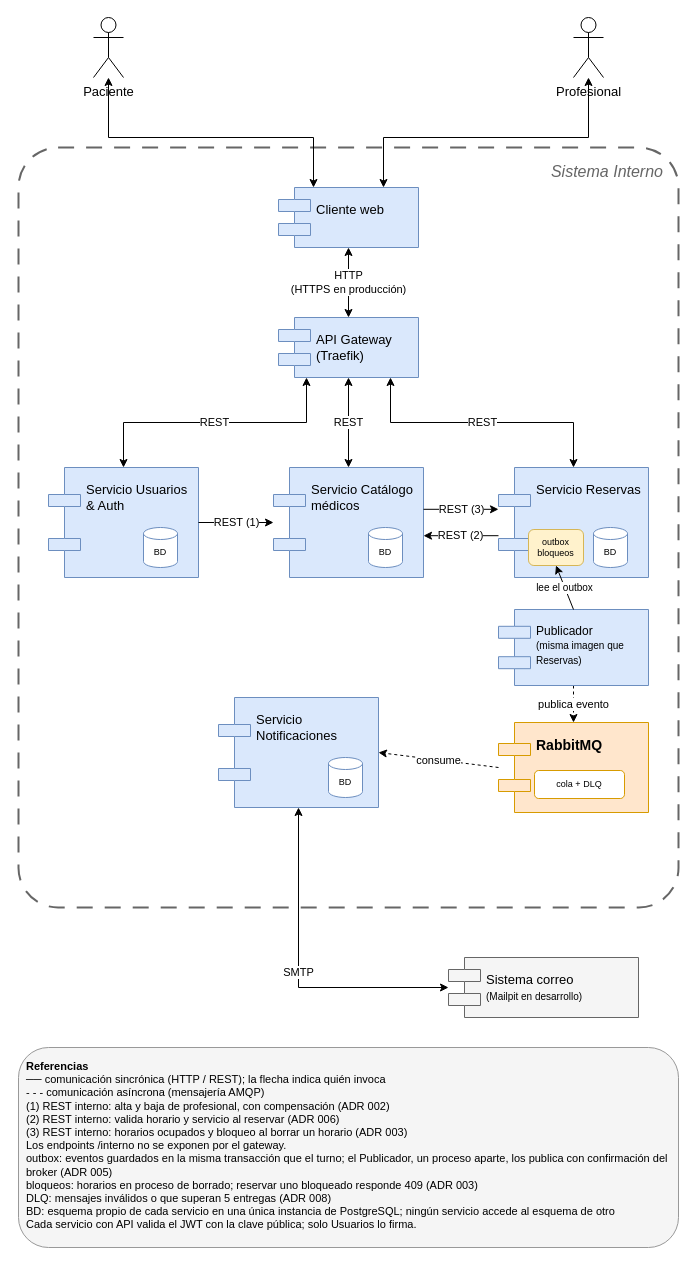
This is docs/diagramas/arquitectura.drawio from PaoloPortugal/Sistemas-Distribuidos, a draw.io file, before an edit. Source tidied: cells renumbered, new cells numbered last; positions are measured from the earlier drawing's top-left corner, leaving out a move shared by most shapes. Both pictures are drawn from the tidied source at 100%, with x=0, y=0 at pixel (18, 17).
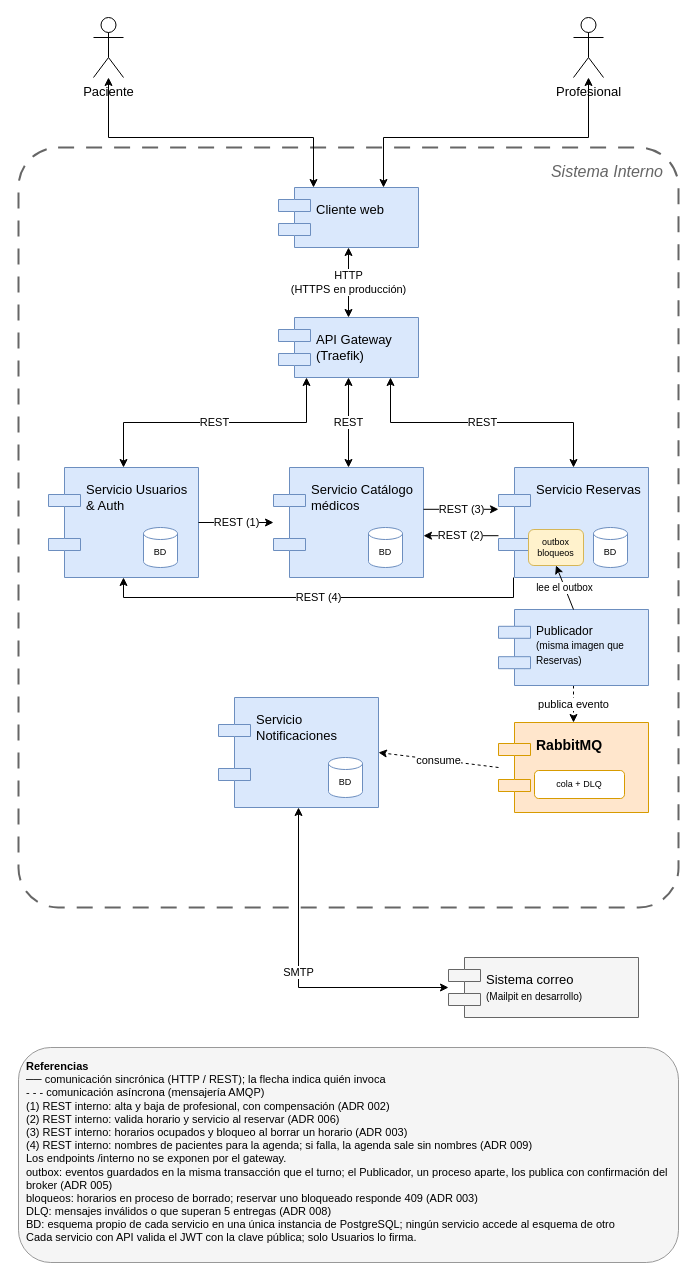
The same diagram, later.

Unchanged cells that the change refers to:
```xml
<mxCell id="7" value="Servicio Usuarios &amp; Auth" style="shape=component;align=left;spacingLeft=36;verticalAlign=top;spacingTop=8;whiteSpace=wrap;html=1;fontSize=13;fillColor=#dae8fc;strokeColor=#6c8ebf;" parent="1" vertex="1">
  <mxGeometry x="30" y="450" width="150" height="110" as="geometry" />
</mxCell>
<mxCell id="11" value="Servicio Reservas" style="shape=component;align=left;spacingLeft=36;verticalAlign=top;spacingTop=8;whiteSpace=wrap;html=1;fontSize=13;fillColor=#dae8fc;strokeColor=#6c8ebf;" parent="1" vertex="1">
  <mxGeometry x="480" y="450" width="150" height="110" as="geometry" />
</mxCell>
```

Change to the diagram source:
```diff
@@
-    <mxCell id="27" value="&lt;b&gt;Referencias&lt;/b&gt;&lt;br&gt;── comunicación sincrónica (HTTP / REST); la flecha indica quién invoca&lt;br&gt;- - - comunicación asíncrona (mensajería AMQP)&lt;br&gt;(1) REST interno: alta y baja de profesional, con compensación (ADR 002)&lt;br&gt;(2) REST interno: valida horario y servicio al reservar (ADR 006)&lt;br&gt;(3) REST interno: horarios ocupados y bloqueo al borrar un horario (ADR 003)&lt;br&gt;Los endpoints /interno no se exponen por el gateway.&lt;br&gt;outbox: eventos guardados en la misma transacción que el turno; el Publicador, un proceso aparte, los publica con confirmación del broker (ADR 005)&lt;br&gt;bloqueos: horarios en proceso de borrado; reservar uno bloqueado responde 409 (ADR 003)&lt;br&gt;DLQ: mensajes inválidos o que superan 5 entregas (ADR 008)&lt;br&gt;BD: esquema propio de cada servicio en una única instancia de PostgreSQL; ningún servicio accede al esquema de otro&lt;br&gt;Cada servicio con API valida el JWT con la clave pública; solo Usuarios lo firma." style="text;html=1;align=left;verticalAlign=top;whiteSpace=wrap;strokeColor=#999999;fillColor=#F5F5F5;rounded=1;spacing=8;fontSize=11;" parent="1" vertex="1">
-      <mxGeometry y="1030" width="660" height="200" as="geometry" />
+    <mxCell id="27" value="&lt;b&gt;Referencias&lt;/b&gt;&lt;br&gt;── comunicación sincrónica (HTTP / REST); la flecha indica quién invoca&lt;br&gt;- - - comunicación asíncrona (mensajería AMQP)&lt;br&gt;(1) REST interno: alta y baja de profesional, con compensación (ADR 002)&lt;br&gt;(2) REST interno: valida horario y servicio al reservar (ADR 006)&lt;br&gt;(3) REST interno: horarios ocupados y bloqueo al borrar un horario (ADR 003)&lt;br&gt;(4) REST interno: nombres de pacientes para la agenda; si falla, la agenda sale sin nombres (ADR 009)&lt;br&gt;Los endpoints /interno no se exponen por el gateway.&lt;br&gt;outbox: eventos guardados en la misma transacción que el turno; el Publicador, un proceso aparte, los publica con confirmación del broker (ADR 005)&lt;br&gt;bloqueos: horarios en proceso de borrado; reservar uno bloqueado responde 409 (ADR 003)&lt;br&gt;DLQ: mensajes inválidos o que superan 5 entregas (ADR 008)&lt;br&gt;BD: esquema propio de cada servicio en una única instancia de PostgreSQL; ningún servicio accede al esquema de otro&lt;br&gt;Cada servicio con API valida el JWT con la clave pública; solo Usuarios lo firma." style="text;html=1;align=left;verticalAlign=top;whiteSpace=wrap;strokeColor=#999999;fillColor=#F5F5F5;rounded=1;spacing=8;fontSize=11;" parent="1" vertex="1">
+      <mxGeometry y="1030" width="660" height="215" as="geometry" />
     </mxCell>
@@
+    <mxCell id="34" value="REST (4)" style="html=1;rounded=0;fontSize=11;labelBackgroundColor=default;endArrow=classic;edgeStyle=orthogonalEdgeStyle;exitX=0.1;exitY=1;entryX=0.5;entryY=1;" parent="1" edge="1" source="11" target="7">
+      <mxGeometry relative="1" as="geometry">
+        <Array as="points">
+          <mxPoint x="495" y="580" />
+          <mxPoint x="105" y="580" />
+        </Array>
+      </mxGeometry>
+    </mxCell>
```
